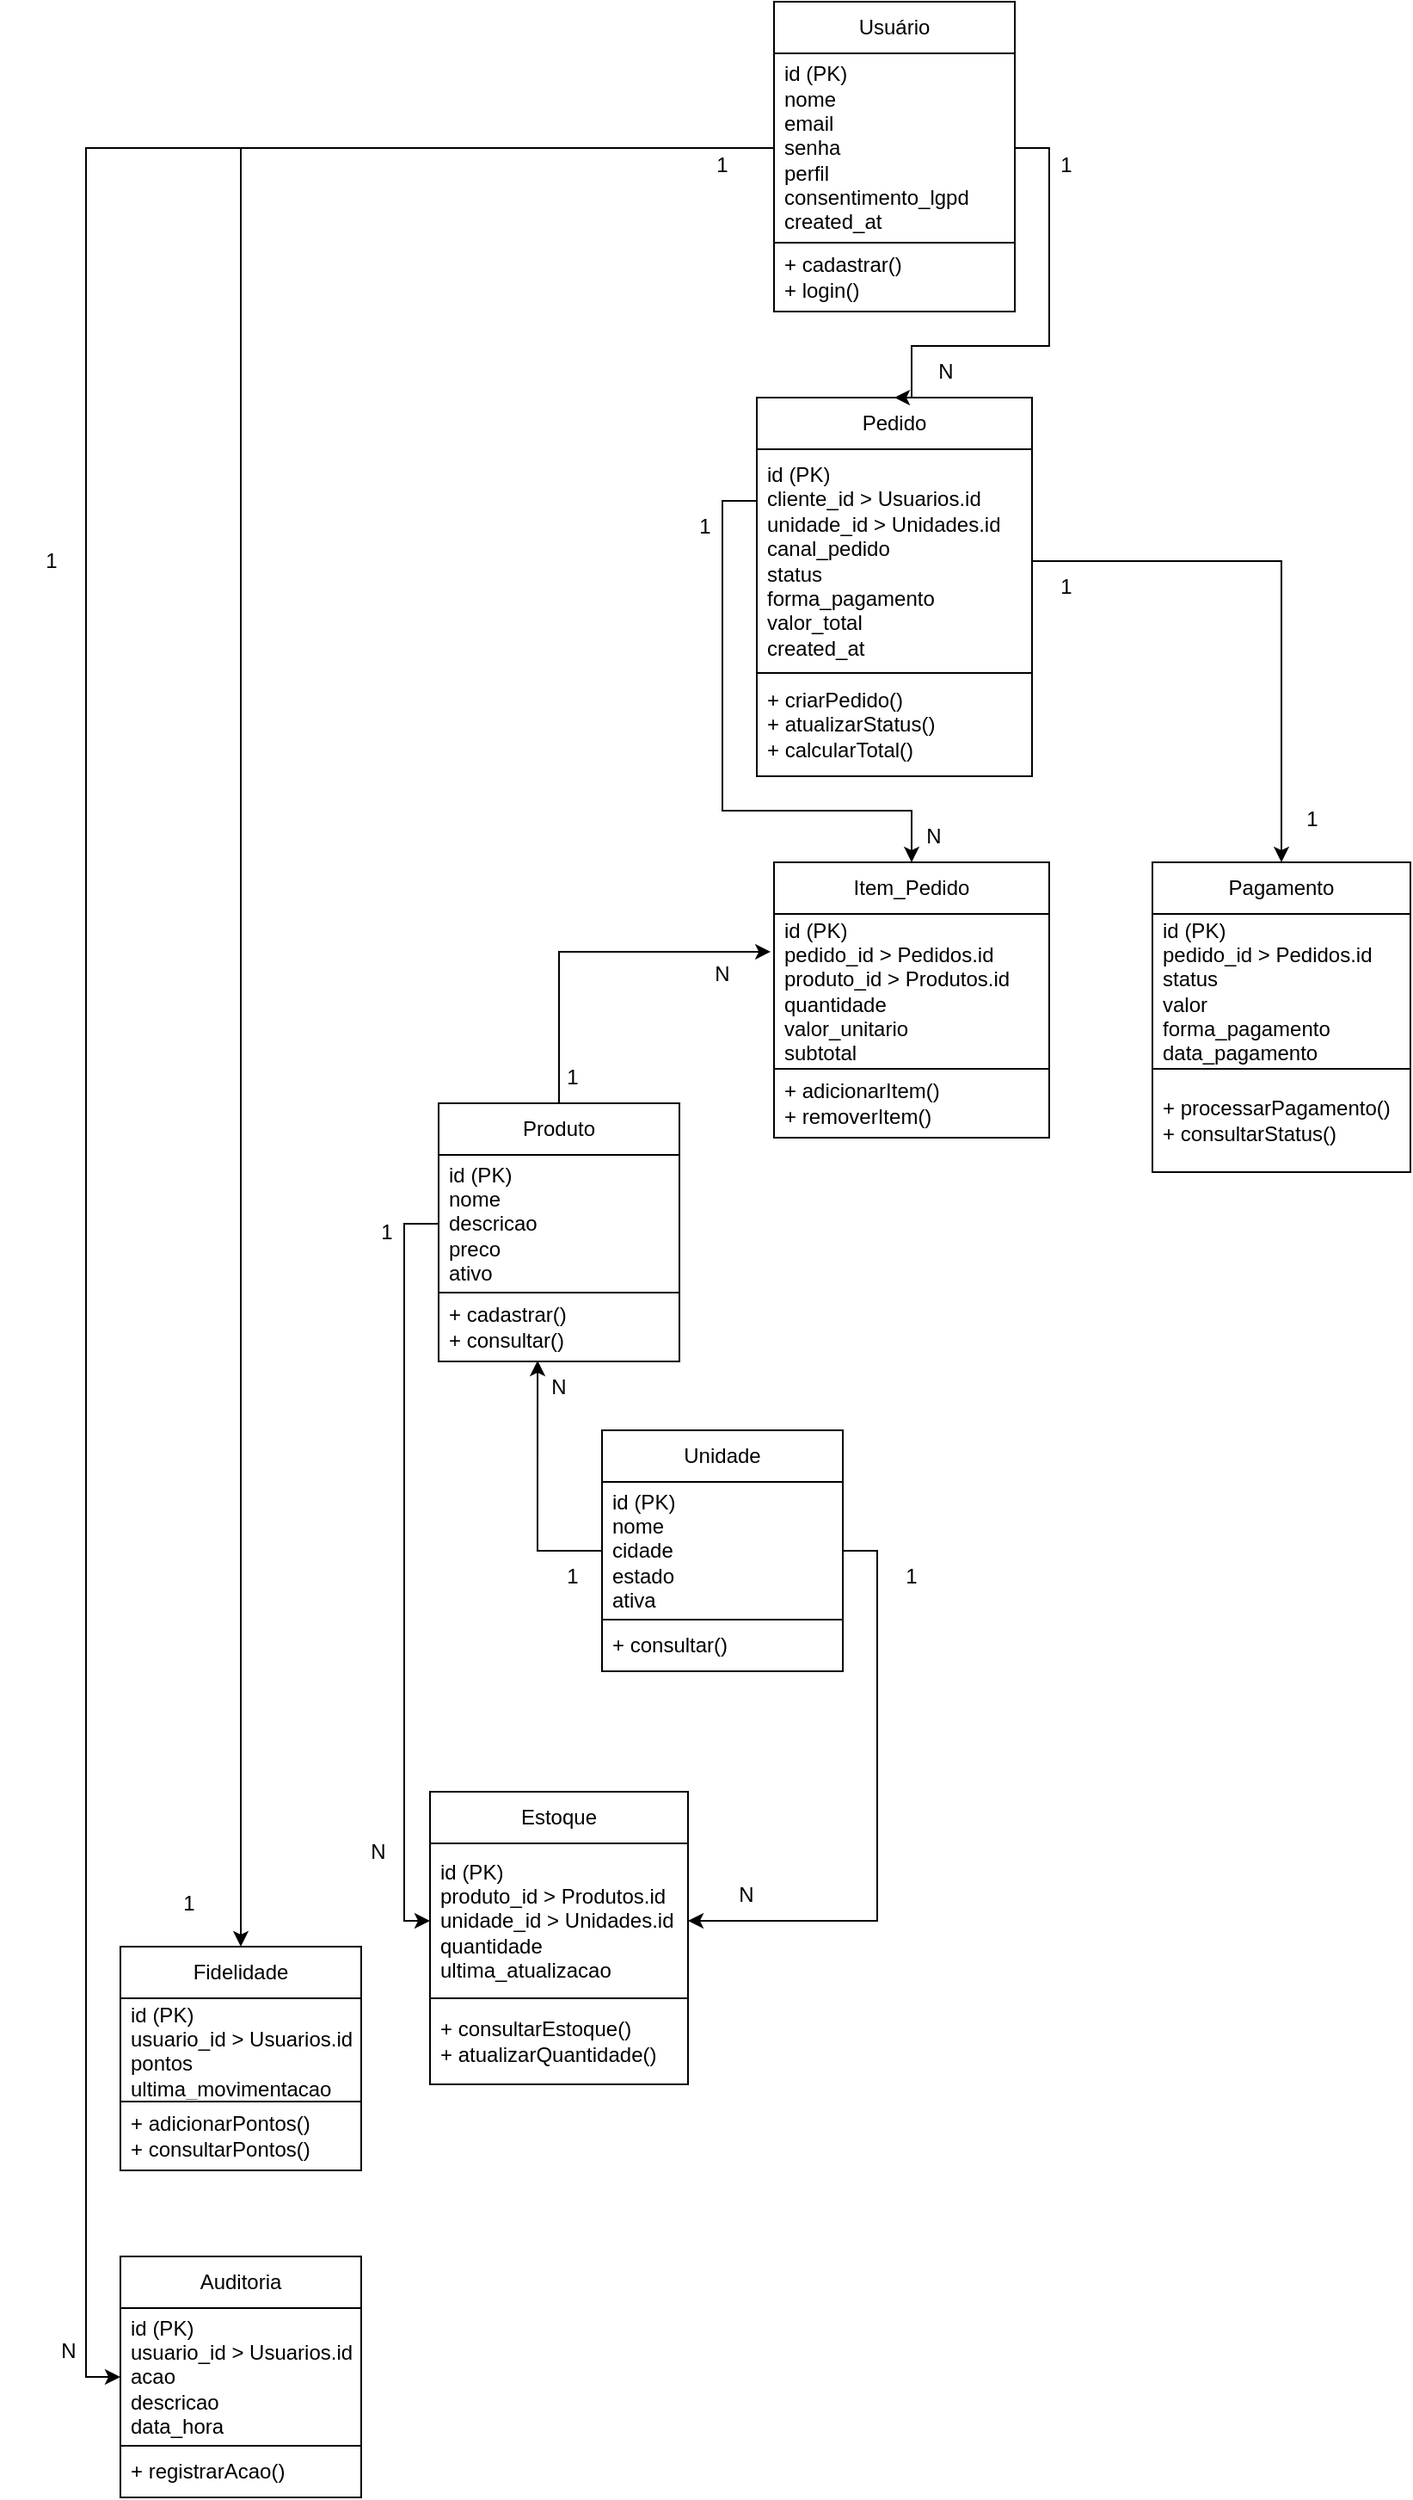
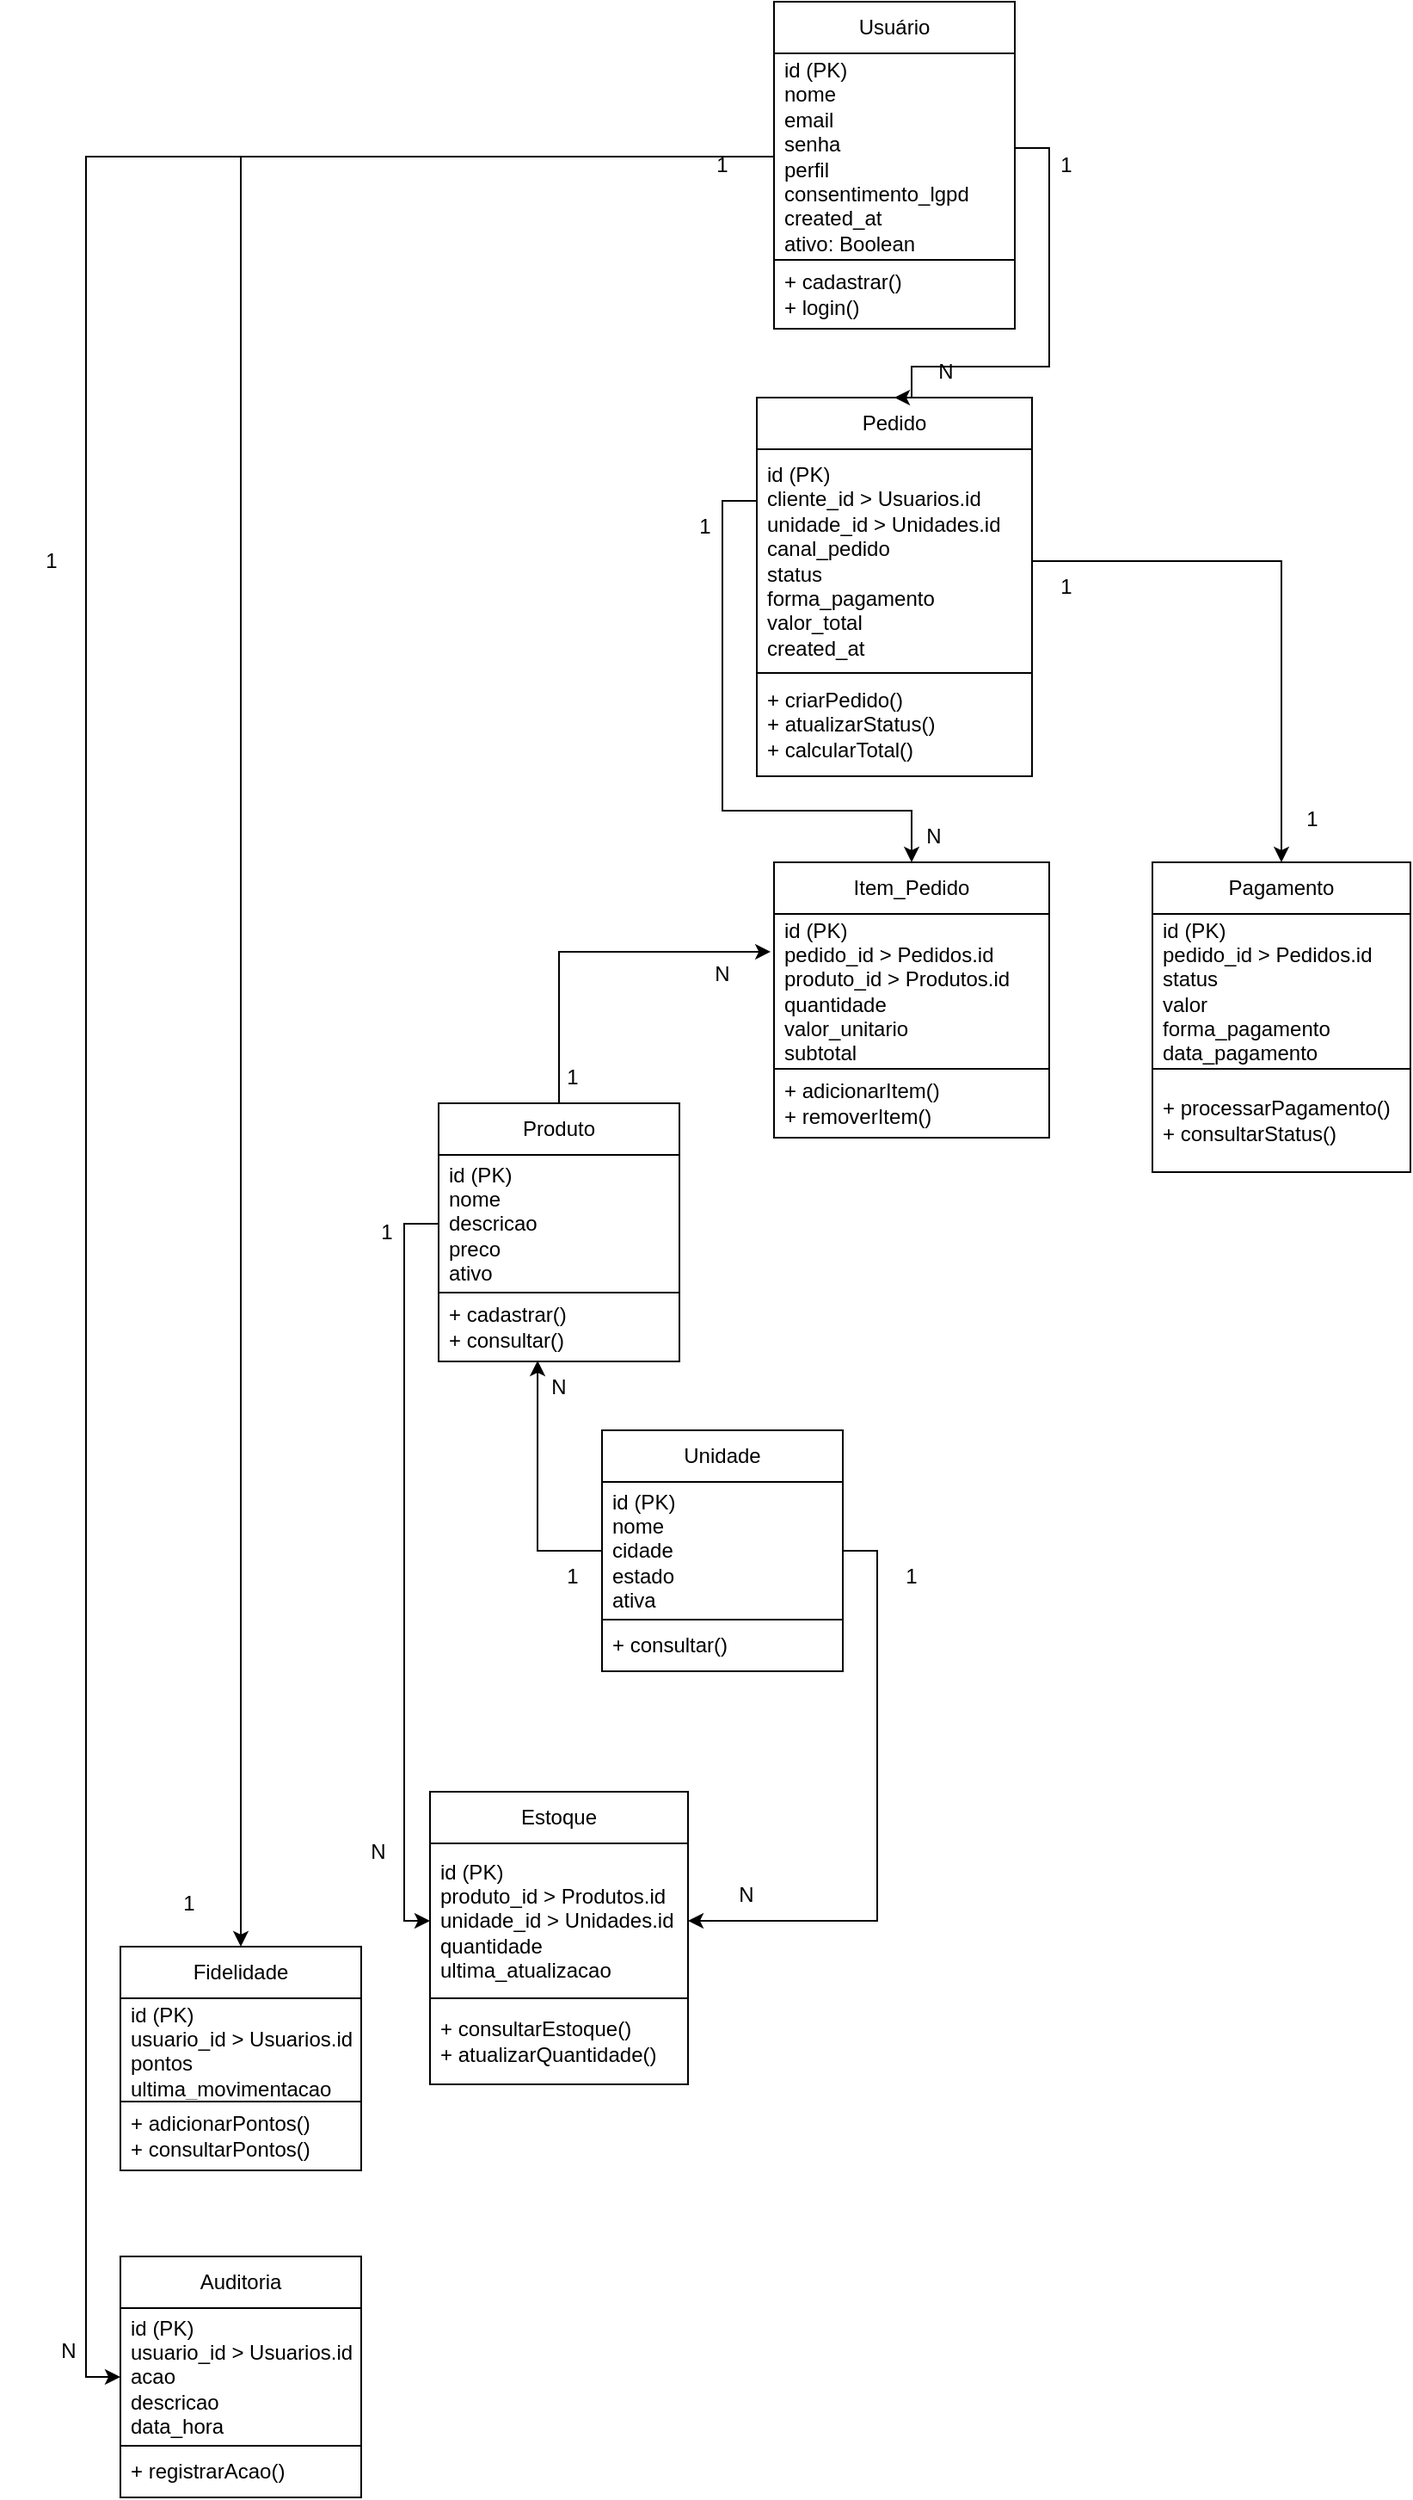
<mxfile host="app.diagrams.net">
-   <diagram id="qOYmLw_YOGiQGI6N6-N-" name="Página-3">
-     <mxGraphModel dx="2282" dy="2486" grid="1" gridSize="10" guides="1" tooltips="1" connect="1" arrows="1" fold="1" page="1" pageScale="1" pageWidth="827" pageHeight="1169" math="0" shadow="0">
+   <diagram id="_4Zprv6gYUtVyUGV6uN4" name="Página-2">
+     <mxGraphModel dx="1521" dy="841" grid="1" gridSize="10" guides="1" tooltips="1" connect="1" arrows="1" fold="1" page="1" pageScale="1" pageWidth="827" pageHeight="1169" math="0" shadow="0">
      <root>
        <mxCell id="0" />
        <mxCell id="1" parent="0" />
-         <mxCell id="jeF9SygaJuo7Izws47aD-1" parent="1" style="swimlane;fontStyle=0;childLayout=stackLayout;horizontal=1;startSize=30;horizontalStack=0;resizeParent=1;resizeParentMax=0;resizeLast=0;collapsible=1;marginBottom=0;whiteSpace=wrap;html=1;" value="Usuário" vertex="1">
-           <mxGeometry height="180" width="140" x="467" y="-220" as="geometry" />
+         <mxCell id="siJelJc7L0xHiukvfq5J-1" parent="1" style="swimlane;fontStyle=0;childLayout=stackLayout;horizontal=1;startSize=30;horizontalStack=0;resizeParent=1;resizeParentMax=0;resizeLast=0;collapsible=1;marginBottom=0;whiteSpace=wrap;html=1;" value="Usuário" vertex="1">
+           <mxGeometry height="190" width="140" x="964" y="298" as="geometry" />
        </mxCell>
-         <mxCell id="jeF9SygaJuo7Izws47aD-2" parent="jeF9SygaJuo7Izws47aD-1" style="text;strokeColor=none;fillColor=none;align=left;verticalAlign=middle;spacingLeft=4;spacingRight=4;overflow=hidden;points=[[0,0.5],[1,0.5]];portConstraint=eastwest;rotatable=0;whiteSpace=wrap;html=1;" value="&lt;div&gt;id (PK)&lt;/div&gt;&lt;div&gt;nome&lt;/div&gt;&lt;div&gt;email&lt;/div&gt;&lt;div&gt;senha&lt;/div&gt;&lt;div&gt;perfil&lt;/div&gt;&lt;div&gt;consentimento_lgpd&lt;/div&gt;&lt;div&gt;created_at&lt;/div&gt;" vertex="1">
-           <mxGeometry height="110" width="140" y="30" as="geometry" />
+         <mxCell id="siJelJc7L0xHiukvfq5J-2" parent="siJelJc7L0xHiukvfq5J-1" style="text;strokeColor=none;fillColor=none;align=left;verticalAlign=middle;spacingLeft=4;spacingRight=4;overflow=hidden;points=[[0,0.5],[1,0.5]];portConstraint=eastwest;rotatable=0;whiteSpace=wrap;html=1;" value="&lt;div&gt;id (PK)&lt;/div&gt;&lt;div&gt;nome&lt;/div&gt;&lt;div&gt;email&lt;/div&gt;&lt;div&gt;senha&lt;/div&gt;&lt;div&gt;perfil&lt;/div&gt;&lt;div&gt;consentimento_lgpd&lt;/div&gt;&lt;div&gt;created_at&lt;/div&gt;&lt;div&gt;ativo: Boolean&lt;/div&gt;" vertex="1">
+           <mxGeometry height="120" width="140" y="30" as="geometry" />
        </mxCell>
-         <mxCell id="jeF9SygaJuo7Izws47aD-47" parent="jeF9SygaJuo7Izws47aD-1" style="text;strokeColor=default;fillColor=none;align=left;verticalAlign=middle;spacingLeft=4;spacingRight=4;overflow=hidden;points=[[0,0.5],[1,0.5]];portConstraint=eastwest;rotatable=0;whiteSpace=wrap;html=1;" value="&lt;div&gt;+ cadastrar()&lt;/div&gt;&lt;div&gt;+ login()&lt;/div&gt;" vertex="1">
-           <mxGeometry height="40" width="140" y="140" as="geometry" />
+         <mxCell id="siJelJc7L0xHiukvfq5J-3" parent="siJelJc7L0xHiukvfq5J-1" style="text;strokeColor=default;fillColor=none;align=left;verticalAlign=middle;spacingLeft=4;spacingRight=4;overflow=hidden;points=[[0,0.5],[1,0.5]];portConstraint=eastwest;rotatable=0;whiteSpace=wrap;html=1;" value="&lt;div&gt;+ cadastrar()&lt;/div&gt;&lt;div&gt;+ login()&lt;/div&gt;" vertex="1">
+           <mxGeometry height="40" width="140" y="150" as="geometry" />
        </mxCell>
-         <mxCell id="jeF9SygaJuo7Izws47aD-3" parent="1" style="swimlane;fontStyle=0;childLayout=stackLayout;horizontal=1;startSize=30;horizontalStack=0;resizeParent=1;resizeParentMax=0;resizeLast=0;collapsible=1;marginBottom=0;whiteSpace=wrap;html=1;" value="Pedido" vertex="1">
-           <mxGeometry height="220" width="160" x="457" y="10" as="geometry" />
+         <mxCell id="siJelJc7L0xHiukvfq5J-4" parent="1" style="swimlane;fontStyle=0;childLayout=stackLayout;horizontal=1;startSize=30;horizontalStack=0;resizeParent=1;resizeParentMax=0;resizeLast=0;collapsible=1;marginBottom=0;whiteSpace=wrap;html=1;" value="Pedido" vertex="1">
+           <mxGeometry height="220" width="160" x="954" y="528" as="geometry" />
        </mxCell>
-         <mxCell id="jeF9SygaJuo7Izws47aD-4" parent="jeF9SygaJuo7Izws47aD-3" style="text;strokeColor=none;fillColor=none;align=left;verticalAlign=middle;spacingLeft=4;spacingRight=4;overflow=hidden;points=[[0,0.5],[1,0.5]];portConstraint=eastwest;rotatable=0;whiteSpace=wrap;html=1;" value="&lt;div&gt;id&amp;nbsp;&lt;span style=&quot;background-color: transparent; color: light-dark(rgb(0, 0, 0), rgb(255, 255, 255));&quot;&gt;(PK)&lt;/span&gt;&lt;/div&gt;&lt;div&gt;cliente_id &amp;gt;&amp;nbsp;Usuarios.id&lt;/div&gt;&lt;div&gt;unidade_id &amp;gt;&amp;nbsp;Unidades.id&lt;/div&gt;&lt;div&gt;canal_pedido&lt;/div&gt;&lt;div&gt;status&lt;/div&gt;&lt;div&gt;forma_pagamento&lt;/div&gt;&lt;div&gt;valor_total&lt;/div&gt;&lt;div&gt;created_at&lt;/div&gt;" vertex="1">
+         <mxCell id="siJelJc7L0xHiukvfq5J-5" parent="siJelJc7L0xHiukvfq5J-4" style="text;strokeColor=none;fillColor=none;align=left;verticalAlign=middle;spacingLeft=4;spacingRight=4;overflow=hidden;points=[[0,0.5],[1,0.5]];portConstraint=eastwest;rotatable=0;whiteSpace=wrap;html=1;" value="&lt;div&gt;id&amp;nbsp;&lt;span style=&quot;background-color: transparent; color: light-dark(rgb(0, 0, 0), rgb(255, 255, 255));&quot;&gt;(PK)&lt;/span&gt;&lt;/div&gt;&lt;div&gt;cliente_id &amp;gt;&amp;nbsp;Usuarios.id&lt;/div&gt;&lt;div&gt;unidade_id &amp;gt;&amp;nbsp;Unidades.id&lt;/div&gt;&lt;div&gt;canal_pedido&lt;/div&gt;&lt;div&gt;status&lt;/div&gt;&lt;div&gt;forma_pagamento&lt;/div&gt;&lt;div&gt;valor_total&lt;/div&gt;&lt;div&gt;created_at&lt;/div&gt;" vertex="1">
          <mxGeometry height="130" width="160" y="30" as="geometry" />
        </mxCell>
-         <mxCell id="jeF9SygaJuo7Izws47aD-49" parent="jeF9SygaJuo7Izws47aD-3" style="text;strokeColor=default;fillColor=none;align=left;verticalAlign=middle;spacingLeft=4;spacingRight=4;overflow=hidden;points=[[0,0.5],[1,0.5]];portConstraint=eastwest;rotatable=0;whiteSpace=wrap;html=1;" value="&lt;div&gt;+ criarPedido()&lt;/div&gt;&lt;div&gt;+ atualizarStatus()&lt;/div&gt;&lt;div&gt;+ calcularTotal()&lt;/div&gt;" vertex="1">
+         <mxCell id="siJelJc7L0xHiukvfq5J-6" parent="siJelJc7L0xHiukvfq5J-4" style="text;strokeColor=default;fillColor=none;align=left;verticalAlign=middle;spacingLeft=4;spacingRight=4;overflow=hidden;points=[[0,0.5],[1,0.5]];portConstraint=eastwest;rotatable=0;whiteSpace=wrap;html=1;" value="&lt;div&gt;+ criarPedido()&lt;/div&gt;&lt;div&gt;+ atualizarStatus()&lt;/div&gt;&lt;div&gt;+ calcularTotal()&lt;/div&gt;" vertex="1">
          <mxGeometry height="60" width="160" y="160" as="geometry" />
        </mxCell>
-         <mxCell id="jeF9SygaJuo7Izws47aD-5" parent="1" style="swimlane;fontStyle=0;childLayout=stackLayout;horizontal=1;startSize=30;horizontalStack=0;resizeParent=1;resizeParentMax=0;resizeLast=0;collapsible=1;marginBottom=0;whiteSpace=wrap;html=1;" value="Item&lt;span style=&quot;background-color: transparent; color: light-dark(rgb(0, 0, 0), rgb(255, 255, 255));&quot;&gt;_Pedido&lt;/span&gt;" vertex="1">
-           <mxGeometry height="160" width="160" x="467" y="280" as="geometry" />
+         <mxCell id="siJelJc7L0xHiukvfq5J-7" parent="1" style="swimlane;fontStyle=0;childLayout=stackLayout;horizontal=1;startSize=30;horizontalStack=0;resizeParent=1;resizeParentMax=0;resizeLast=0;collapsible=1;marginBottom=0;whiteSpace=wrap;html=1;" value="Item&lt;span style=&quot;background-color: transparent; color: light-dark(rgb(0, 0, 0), rgb(255, 255, 255));&quot;&gt;_Pedido&lt;/span&gt;" vertex="1">
+           <mxGeometry height="160" width="160" x="964" y="798" as="geometry" />
        </mxCell>
-         <mxCell id="jeF9SygaJuo7Izws47aD-6" parent="jeF9SygaJuo7Izws47aD-5" style="text;strokeColor=none;fillColor=none;align=left;verticalAlign=middle;spacingLeft=4;spacingRight=4;overflow=hidden;points=[[0,0.5],[1,0.5]];portConstraint=eastwest;rotatable=0;whiteSpace=wrap;html=1;" value="&lt;div&gt;id&amp;nbsp;&lt;span style=&quot;background-color: transparent; color: light-dark(rgb(0, 0, 0), rgb(255, 255, 255));&quot;&gt;(PK)&lt;/span&gt;&lt;/div&gt;&lt;div&gt;pedido_id &amp;gt;&amp;nbsp;Pedidos.id&lt;/div&gt;&lt;div&gt;produto_id &amp;gt;&amp;nbsp;Produtos.id&lt;/div&gt;&lt;div&gt;quantidade&lt;/div&gt;&lt;div&gt;valor_unitario&lt;/div&gt;&lt;div&gt;subtotal&lt;/div&gt;" vertex="1">
+         <mxCell id="siJelJc7L0xHiukvfq5J-8" parent="siJelJc7L0xHiukvfq5J-7" style="text;strokeColor=none;fillColor=none;align=left;verticalAlign=middle;spacingLeft=4;spacingRight=4;overflow=hidden;points=[[0,0.5],[1,0.5]];portConstraint=eastwest;rotatable=0;whiteSpace=wrap;html=1;" value="&lt;div&gt;id&amp;nbsp;&lt;span style=&quot;background-color: transparent; color: light-dark(rgb(0, 0, 0), rgb(255, 255, 255));&quot;&gt;(PK)&lt;/span&gt;&lt;/div&gt;&lt;div&gt;pedido_id &amp;gt;&amp;nbsp;Pedidos.id&lt;/div&gt;&lt;div&gt;produto_id &amp;gt;&amp;nbsp;Produtos.id&lt;/div&gt;&lt;div&gt;quantidade&lt;/div&gt;&lt;div&gt;valor_unitario&lt;/div&gt;&lt;div&gt;subtotal&lt;/div&gt;" vertex="1">
          <mxGeometry height="90" width="160" y="30" as="geometry" />
        </mxCell>
-         <mxCell id="jeF9SygaJuo7Izws47aD-52" parent="jeF9SygaJuo7Izws47aD-5" style="text;strokeColor=default;fillColor=none;align=left;verticalAlign=middle;spacingLeft=4;spacingRight=4;overflow=hidden;points=[[0,0.5],[1,0.5]];portConstraint=eastwest;rotatable=0;whiteSpace=wrap;html=1;" value="&lt;div&gt;+ adicionarItem()&lt;/div&gt;&lt;div&gt;+ removerItem()&lt;/div&gt;" vertex="1">
+         <mxCell id="siJelJc7L0xHiukvfq5J-9" parent="siJelJc7L0xHiukvfq5J-7" style="text;strokeColor=default;fillColor=none;align=left;verticalAlign=middle;spacingLeft=4;spacingRight=4;overflow=hidden;points=[[0,0.5],[1,0.5]];portConstraint=eastwest;rotatable=0;whiteSpace=wrap;html=1;" value="&lt;div&gt;+ adicionarItem()&lt;/div&gt;&lt;div&gt;+ removerItem()&lt;/div&gt;" vertex="1">
          <mxGeometry height="40" width="160" y="120" as="geometry" />
        </mxCell>
-         <mxCell id="jeF9SygaJuo7Izws47aD-7" parent="1" style="swimlane;fontStyle=0;childLayout=stackLayout;horizontal=1;startSize=30;horizontalStack=0;resizeParent=1;resizeParentMax=0;resizeLast=0;collapsible=1;marginBottom=0;whiteSpace=wrap;html=1;" value="Pagamento" vertex="1">
-           <mxGeometry height="180" width="150" x="687" y="280" as="geometry" />
+         <mxCell id="siJelJc7L0xHiukvfq5J-10" parent="1" style="swimlane;fontStyle=0;childLayout=stackLayout;horizontal=1;startSize=30;horizontalStack=0;resizeParent=1;resizeParentMax=0;resizeLast=0;collapsible=1;marginBottom=0;whiteSpace=wrap;html=1;" value="Pagamento" vertex="1">
+           <mxGeometry height="180" width="150" x="1184" y="798" as="geometry" />
        </mxCell>
-         <mxCell id="jeF9SygaJuo7Izws47aD-8" parent="jeF9SygaJuo7Izws47aD-7" style="text;strokeColor=none;fillColor=none;align=left;verticalAlign=middle;spacingLeft=4;spacingRight=4;overflow=hidden;points=[[0,0.5],[1,0.5]];portConstraint=eastwest;rotatable=0;whiteSpace=wrap;html=1;" value="&lt;div&gt;id&amp;nbsp;&lt;span style=&quot;background-color: transparent; color: light-dark(rgb(0, 0, 0), rgb(255, 255, 255));&quot;&gt;(PK)&lt;/span&gt;&lt;/div&gt;&lt;div&gt;pedido_id &amp;gt;&amp;nbsp;Pedidos.id&lt;/div&gt;&lt;div&gt;status&lt;/div&gt;&lt;div&gt;valor&lt;/div&gt;&lt;div&gt;forma_pagamento&lt;/div&gt;&lt;div&gt;data_pagamento&lt;/div&gt;" vertex="1">
+         <mxCell id="siJelJc7L0xHiukvfq5J-11" parent="siJelJc7L0xHiukvfq5J-10" style="text;strokeColor=none;fillColor=none;align=left;verticalAlign=middle;spacingLeft=4;spacingRight=4;overflow=hidden;points=[[0,0.5],[1,0.5]];portConstraint=eastwest;rotatable=0;whiteSpace=wrap;html=1;" value="&lt;div&gt;id&amp;nbsp;&lt;span style=&quot;background-color: transparent; color: light-dark(rgb(0, 0, 0), rgb(255, 255, 255));&quot;&gt;(PK)&lt;/span&gt;&lt;/div&gt;&lt;div&gt;pedido_id &amp;gt;&amp;nbsp;Pedidos.id&lt;/div&gt;&lt;div&gt;status&lt;/div&gt;&lt;div&gt;valor&lt;/div&gt;&lt;div&gt;forma_pagamento&lt;/div&gt;&lt;div&gt;data_pagamento&lt;/div&gt;" vertex="1">
          <mxGeometry height="90" width="150" y="30" as="geometry" />
        </mxCell>
-         <mxCell id="jeF9SygaJuo7Izws47aD-53" parent="jeF9SygaJuo7Izws47aD-7" style="text;strokeColor=default;fillColor=none;align=left;verticalAlign=middle;spacingLeft=4;spacingRight=4;overflow=hidden;points=[[0,0.5],[1,0.5]];portConstraint=eastwest;rotatable=0;whiteSpace=wrap;html=1;" value="&lt;div&gt;+ processarPagamento()&lt;/div&gt;&lt;div&gt;+ consultarStatus()&lt;/div&gt;" vertex="1">
+         <mxCell id="siJelJc7L0xHiukvfq5J-12" parent="siJelJc7L0xHiukvfq5J-10" style="text;strokeColor=default;fillColor=none;align=left;verticalAlign=middle;spacingLeft=4;spacingRight=4;overflow=hidden;points=[[0,0.5],[1,0.5]];portConstraint=eastwest;rotatable=0;whiteSpace=wrap;html=1;" value="&lt;div&gt;+ processarPagamento()&lt;/div&gt;&lt;div&gt;+ consultarStatus()&lt;/div&gt;" vertex="1">
          <mxGeometry height="60" width="150" y="120" as="geometry" />
        </mxCell>
-         <mxCell id="jeF9SygaJuo7Izws47aD-9" parent="1" style="swimlane;fontStyle=0;childLayout=stackLayout;horizontal=1;startSize=30;horizontalStack=0;resizeParent=1;resizeParentMax=0;resizeLast=0;collapsible=1;marginBottom=0;whiteSpace=wrap;html=1;" value="Produto" vertex="1">
-           <mxGeometry height="150" width="140" x="272" y="420" as="geometry" />
+         <mxCell id="siJelJc7L0xHiukvfq5J-13" parent="1" style="swimlane;fontStyle=0;childLayout=stackLayout;horizontal=1;startSize=30;horizontalStack=0;resizeParent=1;resizeParentMax=0;resizeLast=0;collapsible=1;marginBottom=0;whiteSpace=wrap;html=1;" value="Produto" vertex="1">
+           <mxGeometry height="150" width="140" x="769" y="938" as="geometry" />
        </mxCell>
-         <mxCell id="jeF9SygaJuo7Izws47aD-10" parent="jeF9SygaJuo7Izws47aD-9" style="text;strokeColor=none;fillColor=none;align=left;verticalAlign=middle;spacingLeft=4;spacingRight=4;overflow=hidden;points=[[0,0.5],[1,0.5]];portConstraint=eastwest;rotatable=0;whiteSpace=wrap;html=1;" value="&lt;div&gt;id&amp;nbsp;&lt;span style=&quot;background-color: transparent; color: light-dark(rgb(0, 0, 0), rgb(255, 255, 255));&quot;&gt;(PK)&lt;/span&gt;&lt;/div&gt;&lt;div&gt;nome&lt;/div&gt;&lt;div&gt;descricao&lt;/div&gt;&lt;div&gt;preco&lt;/div&gt;&lt;div&gt;ativo&lt;/div&gt;" vertex="1">
+         <mxCell id="siJelJc7L0xHiukvfq5J-14" parent="siJelJc7L0xHiukvfq5J-13" style="text;strokeColor=none;fillColor=none;align=left;verticalAlign=middle;spacingLeft=4;spacingRight=4;overflow=hidden;points=[[0,0.5],[1,0.5]];portConstraint=eastwest;rotatable=0;whiteSpace=wrap;html=1;" value="&lt;div&gt;id&amp;nbsp;&lt;span style=&quot;background-color: transparent; color: light-dark(rgb(0, 0, 0), rgb(255, 255, 255));&quot;&gt;(PK)&lt;/span&gt;&lt;/div&gt;&lt;div&gt;nome&lt;/div&gt;&lt;div&gt;descricao&lt;/div&gt;&lt;div&gt;preco&lt;/div&gt;&lt;div&gt;ativo&lt;/div&gt;" vertex="1">
          <mxGeometry height="80" width="140" y="30" as="geometry" />
        </mxCell>
-         <mxCell id="jeF9SygaJuo7Izws47aD-50" parent="jeF9SygaJuo7Izws47aD-9" style="text;strokeColor=default;fillColor=none;align=left;verticalAlign=middle;spacingLeft=4;spacingRight=4;overflow=hidden;points=[[0,0.5],[1,0.5]];portConstraint=eastwest;rotatable=0;whiteSpace=wrap;html=1;" value="&lt;div&gt;+ cadastrar()&lt;/div&gt;&lt;div&gt;+ consultar()&lt;/div&gt;" vertex="1">
+         <mxCell id="siJelJc7L0xHiukvfq5J-15" parent="siJelJc7L0xHiukvfq5J-13" style="text;strokeColor=default;fillColor=none;align=left;verticalAlign=middle;spacingLeft=4;spacingRight=4;overflow=hidden;points=[[0,0.5],[1,0.5]];portConstraint=eastwest;rotatable=0;whiteSpace=wrap;html=1;" value="&lt;div&gt;+ cadastrar()&lt;/div&gt;&lt;div&gt;+ consultar()&lt;/div&gt;" vertex="1">
          <mxGeometry height="40" width="140" y="110" as="geometry" />
        </mxCell>
-         <mxCell id="jeF9SygaJuo7Izws47aD-11" parent="1" style="swimlane;fontStyle=0;childLayout=stackLayout;horizontal=1;startSize=30;horizontalStack=0;resizeParent=1;resizeParentMax=0;resizeLast=0;collapsible=1;marginBottom=0;whiteSpace=wrap;html=1;" value="Unidade" vertex="1">
-           <mxGeometry height="140" width="140" x="367" y="610" as="geometry" />
+         <mxCell id="siJelJc7L0xHiukvfq5J-16" parent="1" style="swimlane;fontStyle=0;childLayout=stackLayout;horizontal=1;startSize=30;horizontalStack=0;resizeParent=1;resizeParentMax=0;resizeLast=0;collapsible=1;marginBottom=0;whiteSpace=wrap;html=1;" value="Unidade" vertex="1">
+           <mxGeometry height="140" width="140" x="864" y="1128" as="geometry" />
        </mxCell>
-         <mxCell id="jeF9SygaJuo7Izws47aD-12" parent="jeF9SygaJuo7Izws47aD-11" style="text;strokeColor=none;fillColor=none;align=left;verticalAlign=middle;spacingLeft=4;spacingRight=4;overflow=hidden;points=[[0,0.5],[1,0.5]];portConstraint=eastwest;rotatable=0;whiteSpace=wrap;html=1;" value="&lt;div&gt;id&amp;nbsp;&lt;span style=&quot;background-color: transparent; color: light-dark(rgb(0, 0, 0), rgb(255, 255, 255));&quot;&gt;(PK)&lt;/span&gt;&lt;/div&gt;&lt;div&gt;nome&lt;/div&gt;&lt;div&gt;cidade&lt;/div&gt;&lt;div&gt;estado&lt;/div&gt;&lt;div&gt;ativa&lt;/div&gt;" vertex="1">
+         <mxCell id="siJelJc7L0xHiukvfq5J-17" parent="siJelJc7L0xHiukvfq5J-16" style="text;strokeColor=none;fillColor=none;align=left;verticalAlign=middle;spacingLeft=4;spacingRight=4;overflow=hidden;points=[[0,0.5],[1,0.5]];portConstraint=eastwest;rotatable=0;whiteSpace=wrap;html=1;" value="&lt;div&gt;id&amp;nbsp;&lt;span style=&quot;background-color: transparent; color: light-dark(rgb(0, 0, 0), rgb(255, 255, 255));&quot;&gt;(PK)&lt;/span&gt;&lt;/div&gt;&lt;div&gt;nome&lt;/div&gt;&lt;div&gt;cidade&lt;/div&gt;&lt;div&gt;estado&lt;/div&gt;&lt;div&gt;ativa&lt;/div&gt;" vertex="1">
          <mxGeometry height="80" width="140" y="30" as="geometry" />
        </mxCell>
-         <mxCell id="jeF9SygaJuo7Izws47aD-51" parent="jeF9SygaJuo7Izws47aD-11" style="text;strokeColor=default;fillColor=none;align=left;verticalAlign=middle;spacingLeft=4;spacingRight=4;overflow=hidden;points=[[0,0.5],[1,0.5]];portConstraint=eastwest;rotatable=0;whiteSpace=wrap;html=1;" value="+ consultar()" vertex="1">
+         <mxCell id="siJelJc7L0xHiukvfq5J-18" parent="siJelJc7L0xHiukvfq5J-16" style="text;strokeColor=default;fillColor=none;align=left;verticalAlign=middle;spacingLeft=4;spacingRight=4;overflow=hidden;points=[[0,0.5],[1,0.5]];portConstraint=eastwest;rotatable=0;whiteSpace=wrap;html=1;" value="+ consultar()" vertex="1">
          <mxGeometry height="30" width="140" y="110" as="geometry" />
        </mxCell>
-         <mxCell id="jeF9SygaJuo7Izws47aD-13" parent="1" style="swimlane;fontStyle=0;childLayout=stackLayout;horizontal=1;startSize=30;horizontalStack=0;resizeParent=1;resizeParentMax=0;resizeLast=0;collapsible=1;marginBottom=0;whiteSpace=wrap;html=1;" value="Estoque" vertex="1">
-           <mxGeometry height="170" width="150" x="267" y="820" as="geometry" />
+         <mxCell id="siJelJc7L0xHiukvfq5J-19" parent="1" style="swimlane;fontStyle=0;childLayout=stackLayout;horizontal=1;startSize=30;horizontalStack=0;resizeParent=1;resizeParentMax=0;resizeLast=0;collapsible=1;marginBottom=0;whiteSpace=wrap;html=1;" value="Estoque" vertex="1">
+           <mxGeometry height="170" width="150" x="764" y="1338" as="geometry" />
        </mxCell>
-         <mxCell id="jeF9SygaJuo7Izws47aD-14" parent="jeF9SygaJuo7Izws47aD-13" style="text;strokeColor=none;fillColor=none;align=left;verticalAlign=middle;spacingLeft=4;spacingRight=4;overflow=hidden;points=[[0,0.5],[1,0.5]];portConstraint=eastwest;rotatable=0;whiteSpace=wrap;html=1;" value="&lt;div&gt;id&amp;nbsp;&lt;span style=&quot;background-color: transparent; color: light-dark(rgb(0, 0, 0), rgb(255, 255, 255));&quot;&gt;(PK)&lt;/span&gt;&lt;/div&gt;&lt;div&gt;produto_id &amp;gt;&amp;nbsp;Produtos.id&lt;/div&gt;&lt;div&gt;unidade_id &amp;gt;&amp;nbsp;Unidades.id&lt;/div&gt;&lt;div&gt;quantidade&lt;/div&gt;&lt;div&gt;ultima_atualizacao&lt;/div&gt;" vertex="1">
+         <mxCell id="siJelJc7L0xHiukvfq5J-20" parent="siJelJc7L0xHiukvfq5J-19" style="text;strokeColor=none;fillColor=none;align=left;verticalAlign=middle;spacingLeft=4;spacingRight=4;overflow=hidden;points=[[0,0.5],[1,0.5]];portConstraint=eastwest;rotatable=0;whiteSpace=wrap;html=1;" value="&lt;div&gt;id&amp;nbsp;&lt;span style=&quot;background-color: transparent; color: light-dark(rgb(0, 0, 0), rgb(255, 255, 255));&quot;&gt;(PK)&lt;/span&gt;&lt;/div&gt;&lt;div&gt;produto_id &amp;gt;&amp;nbsp;Produtos.id&lt;/div&gt;&lt;div&gt;unidade_id &amp;gt;&amp;nbsp;Unidades.id&lt;/div&gt;&lt;div&gt;quantidade&lt;/div&gt;&lt;div&gt;ultima_atualizacao&lt;/div&gt;" vertex="1">
          <mxGeometry height="90" width="150" y="30" as="geometry" />
        </mxCell>
-         <mxCell id="jeF9SygaJuo7Izws47aD-54" parent="jeF9SygaJuo7Izws47aD-13" style="text;strokeColor=default;fillColor=none;align=left;verticalAlign=middle;spacingLeft=4;spacingRight=4;overflow=hidden;points=[[0,0.5],[1,0.5]];portConstraint=eastwest;rotatable=0;whiteSpace=wrap;html=1;" value="&lt;div&gt;+ consultarEstoque()&lt;/div&gt;&lt;div&gt;+ atualizarQuantidade()&lt;/div&gt;" vertex="1">
+         <mxCell id="siJelJc7L0xHiukvfq5J-21" parent="siJelJc7L0xHiukvfq5J-19" style="text;strokeColor=default;fillColor=none;align=left;verticalAlign=middle;spacingLeft=4;spacingRight=4;overflow=hidden;points=[[0,0.5],[1,0.5]];portConstraint=eastwest;rotatable=0;whiteSpace=wrap;html=1;" value="&lt;div&gt;+ consultarEstoque()&lt;/div&gt;&lt;div&gt;+ atualizarQuantidade()&lt;/div&gt;" vertex="1">
          <mxGeometry height="50" width="150" y="120" as="geometry" />
        </mxCell>
-         <mxCell id="jeF9SygaJuo7Izws47aD-15" parent="1" style="swimlane;fontStyle=0;childLayout=stackLayout;horizontal=1;startSize=30;horizontalStack=0;resizeParent=1;resizeParentMax=0;resizeLast=0;collapsible=1;marginBottom=0;whiteSpace=wrap;html=1;" value="Fidelidade" vertex="1">
-           <mxGeometry height="130" width="140" x="87" y="910" as="geometry" />
+         <mxCell id="siJelJc7L0xHiukvfq5J-22" parent="1" style="swimlane;fontStyle=0;childLayout=stackLayout;horizontal=1;startSize=30;horizontalStack=0;resizeParent=1;resizeParentMax=0;resizeLast=0;collapsible=1;marginBottom=0;whiteSpace=wrap;html=1;" value="Fidelidade" vertex="1">
+           <mxGeometry height="130" width="140" x="584" y="1428" as="geometry" />
        </mxCell>
-         <mxCell id="jeF9SygaJuo7Izws47aD-16" parent="jeF9SygaJuo7Izws47aD-15" style="text;strokeColor=none;fillColor=none;align=left;verticalAlign=middle;spacingLeft=4;spacingRight=4;overflow=hidden;points=[[0,0.5],[1,0.5]];portConstraint=eastwest;rotatable=0;whiteSpace=wrap;html=1;" value="&lt;div&gt;id&amp;nbsp;&lt;span style=&quot;background-color: transparent; color: light-dark(rgb(0, 0, 0), rgb(255, 255, 255));&quot;&gt;(PK)&lt;/span&gt;&lt;/div&gt;&lt;div&gt;usuario_id &amp;gt;&amp;nbsp;Usuarios.id&lt;/div&gt;&lt;div&gt;pontos&lt;/div&gt;&lt;div&gt;ultima_movimentacao&lt;/div&gt;" vertex="1">
+         <mxCell id="siJelJc7L0xHiukvfq5J-23" parent="siJelJc7L0xHiukvfq5J-22" style="text;strokeColor=none;fillColor=none;align=left;verticalAlign=middle;spacingLeft=4;spacingRight=4;overflow=hidden;points=[[0,0.5],[1,0.5]];portConstraint=eastwest;rotatable=0;whiteSpace=wrap;html=1;" value="&lt;div&gt;id&amp;nbsp;&lt;span style=&quot;background-color: transparent; color: light-dark(rgb(0, 0, 0), rgb(255, 255, 255));&quot;&gt;(PK)&lt;/span&gt;&lt;/div&gt;&lt;div&gt;usuario_id &amp;gt;&amp;nbsp;Usuarios.id&lt;/div&gt;&lt;div&gt;pontos&lt;/div&gt;&lt;div&gt;ultima_movimentacao&lt;/div&gt;" vertex="1">
          <mxGeometry height="60" width="140" y="30" as="geometry" />
        </mxCell>
-         <mxCell id="jeF9SygaJuo7Izws47aD-57" parent="jeF9SygaJuo7Izws47aD-15" style="text;strokeColor=default;fillColor=none;align=left;verticalAlign=middle;spacingLeft=4;spacingRight=4;overflow=hidden;points=[[0,0.5],[1,0.5]];portConstraint=eastwest;rotatable=0;whiteSpace=wrap;html=1;" value="&lt;div&gt;+ adicionarPontos()&lt;/div&gt;&lt;div&gt;+ consultarPontos()&lt;/div&gt;" vertex="1">
+         <mxCell id="siJelJc7L0xHiukvfq5J-24" parent="siJelJc7L0xHiukvfq5J-22" style="text;strokeColor=default;fillColor=none;align=left;verticalAlign=middle;spacingLeft=4;spacingRight=4;overflow=hidden;points=[[0,0.5],[1,0.5]];portConstraint=eastwest;rotatable=0;whiteSpace=wrap;html=1;" value="&lt;div&gt;+ adicionarPontos()&lt;/div&gt;&lt;div&gt;+ consultarPontos()&lt;/div&gt;" vertex="1">
          <mxGeometry height="40" width="140" y="90" as="geometry" />
        </mxCell>
-         <mxCell id="jeF9SygaJuo7Izws47aD-17" parent="1" style="swimlane;fontStyle=0;childLayout=stackLayout;horizontal=1;startSize=30;horizontalStack=0;resizeParent=1;resizeParentMax=0;resizeLast=0;collapsible=1;marginBottom=0;whiteSpace=wrap;html=1;" value="Auditoria" vertex="1">
-           <mxGeometry height="140" width="140" x="87" y="1090" as="geometry" />
+         <mxCell id="siJelJc7L0xHiukvfq5J-25" parent="1" style="swimlane;fontStyle=0;childLayout=stackLayout;horizontal=1;startSize=30;horizontalStack=0;resizeParent=1;resizeParentMax=0;resizeLast=0;collapsible=1;marginBottom=0;whiteSpace=wrap;html=1;" value="Auditoria" vertex="1">
+           <mxGeometry height="140" width="140" x="584" y="1608" as="geometry" />
        </mxCell>
-         <mxCell id="jeF9SygaJuo7Izws47aD-18" parent="jeF9SygaJuo7Izws47aD-17" style="text;strokeColor=none;fillColor=none;align=left;verticalAlign=middle;spacingLeft=4;spacingRight=4;overflow=hidden;points=[[0,0.5],[1,0.5]];portConstraint=eastwest;rotatable=0;whiteSpace=wrap;html=1;" value="&lt;div&gt;id&amp;nbsp;&lt;span style=&quot;background-color: transparent; color: light-dark(rgb(0, 0, 0), rgb(255, 255, 255));&quot;&gt;(PK)&lt;/span&gt;&lt;/div&gt;&lt;div&gt;usuario_id &amp;gt;&amp;nbsp;Usuarios.id&lt;/div&gt;&lt;div&gt;acao&lt;/div&gt;&lt;div&gt;descricao&lt;/div&gt;&lt;div&gt;data_hora&lt;/div&gt;" vertex="1">
+         <mxCell id="siJelJc7L0xHiukvfq5J-26" parent="siJelJc7L0xHiukvfq5J-25" style="text;strokeColor=none;fillColor=none;align=left;verticalAlign=middle;spacingLeft=4;spacingRight=4;overflow=hidden;points=[[0,0.5],[1,0.5]];portConstraint=eastwest;rotatable=0;whiteSpace=wrap;html=1;" value="&lt;div&gt;id&amp;nbsp;&lt;span style=&quot;background-color: transparent; color: light-dark(rgb(0, 0, 0), rgb(255, 255, 255));&quot;&gt;(PK)&lt;/span&gt;&lt;/div&gt;&lt;div&gt;usuario_id &amp;gt;&amp;nbsp;Usuarios.id&lt;/div&gt;&lt;div&gt;acao&lt;/div&gt;&lt;div&gt;descricao&lt;/div&gt;&lt;div&gt;data_hora&lt;/div&gt;" vertex="1">
          <mxGeometry height="80" width="140" y="30" as="geometry" />
        </mxCell>
-         <mxCell id="jeF9SygaJuo7Izws47aD-58" parent="jeF9SygaJuo7Izws47aD-17" style="text;strokeColor=default;fillColor=none;align=left;verticalAlign=middle;spacingLeft=4;spacingRight=4;overflow=hidden;points=[[0,0.5],[1,0.5]];portConstraint=eastwest;rotatable=0;whiteSpace=wrap;html=1;" value="+ registrarAcao()" vertex="1">
+         <mxCell id="siJelJc7L0xHiukvfq5J-27" parent="siJelJc7L0xHiukvfq5J-25" style="text;strokeColor=default;fillColor=none;align=left;verticalAlign=middle;spacingLeft=4;spacingRight=4;overflow=hidden;points=[[0,0.5],[1,0.5]];portConstraint=eastwest;rotatable=0;whiteSpace=wrap;html=1;" value="+ registrarAcao()" vertex="1">
          <mxGeometry height="30" width="140" y="110" as="geometry" />
        </mxCell>
-         <mxCell id="jeF9SygaJuo7Izws47aD-19" parent="1" style="text;html=1;whiteSpace=wrap;strokeColor=none;fillColor=none;align=center;verticalAlign=middle;rounded=0;" value="N" vertex="1">
-           <mxGeometry height="30" width="60" x="537" y="-20" as="geometry" />
+         <mxCell id="siJelJc7L0xHiukvfq5J-28" parent="1" style="text;html=1;whiteSpace=wrap;strokeColor=none;fillColor=none;align=center;verticalAlign=middle;rounded=0;" value="N" vertex="1">
+           <mxGeometry height="30" width="60" x="1034" y="498" as="geometry" />
        </mxCell>
-         <mxCell id="jeF9SygaJuo7Izws47aD-20" parent="1" style="text;html=1;whiteSpace=wrap;strokeColor=none;fillColor=none;align=center;verticalAlign=middle;rounded=0;" value="1" vertex="1">
-           <mxGeometry height="30" width="60" x="607" y="-140" as="geometry" />
+         <mxCell id="siJelJc7L0xHiukvfq5J-29" parent="1" style="text;html=1;whiteSpace=wrap;strokeColor=none;fillColor=none;align=center;verticalAlign=middle;rounded=0;" value="1" vertex="1">
+           <mxGeometry height="30" width="60" x="1104" y="378" as="geometry" />
        </mxCell>
-         <mxCell id="jeF9SygaJuo7Izws47aD-21" edge="1" parent="1" source="jeF9SygaJuo7Izws47aD-2" style="edgeStyle=orthogonalEdgeStyle;rounded=0;orthogonalLoop=1;jettySize=auto;html=1;exitX=1;exitY=0.5;exitDx=0;exitDy=0;entryX=0.5;entryY=0;entryDx=0;entryDy=0;" target="jeF9SygaJuo7Izws47aD-3">
+         <mxCell id="siJelJc7L0xHiukvfq5J-30" edge="1" parent="1" source="siJelJc7L0xHiukvfq5J-2" style="edgeStyle=orthogonalEdgeStyle;rounded=0;orthogonalLoop=1;jettySize=auto;html=1;exitX=1;exitY=0.5;exitDx=0;exitDy=0;entryX=0.5;entryY=0;entryDx=0;entryDy=0;" target="siJelJc7L0xHiukvfq5J-4">
          <mxGeometry relative="1" as="geometry">
            <Array as="points">
-               <mxPoint x="627" y="-135" />
-               <mxPoint x="627" y="-20" />
-               <mxPoint x="547" y="-20" />
+               <mxPoint x="1104" y="383" />
+               <mxPoint x="1124" y="383" />
+               <mxPoint x="1124" y="510" />
+               <mxPoint x="1044" y="510" />
+               <mxPoint x="1044" y="528" />
            </Array>
-             <mxPoint x="657" y="210" as="targetPoint" />
+             <mxPoint x="1154" y="728" as="targetPoint" />
          </mxGeometry>
        </mxCell>
-         <mxCell id="jeF9SygaJuo7Izws47aD-22" edge="1" parent="1" source="jeF9SygaJuo7Izws47aD-2" style="edgeStyle=orthogonalEdgeStyle;rounded=0;orthogonalLoop=1;jettySize=auto;html=1;exitX=0;exitY=0.5;exitDx=0;exitDy=0;entryX=0.5;entryY=0;entryDx=0;entryDy=0;" target="jeF9SygaJuo7Izws47aD-15">
+         <mxCell id="siJelJc7L0xHiukvfq5J-31" edge="1" parent="1" source="siJelJc7L0xHiukvfq5J-2" style="edgeStyle=orthogonalEdgeStyle;rounded=0;orthogonalLoop=1;jettySize=auto;html=1;exitX=0;exitY=0.5;exitDx=0;exitDy=0;entryX=0.5;entryY=0;entryDx=0;entryDy=0;" target="siJelJc7L0xHiukvfq5J-22">
          <mxGeometry relative="1" as="geometry" />
        </mxCell>
-         <mxCell id="jeF9SygaJuo7Izws47aD-23" parent="1" style="text;html=1;whiteSpace=wrap;strokeColor=none;fillColor=none;align=center;verticalAlign=middle;rounded=0;" value="1" vertex="1">
-           <mxGeometry height="30" width="60" x="407" y="-140" as="geometry" />
+         <mxCell id="siJelJc7L0xHiukvfq5J-32" parent="1" style="text;html=1;whiteSpace=wrap;strokeColor=none;fillColor=none;align=center;verticalAlign=middle;rounded=0;" value="1" vertex="1">
+           <mxGeometry height="30" width="60" x="904" y="378" as="geometry" />
        </mxCell>
-         <mxCell id="jeF9SygaJuo7Izws47aD-24" parent="1" style="text;html=1;whiteSpace=wrap;strokeColor=none;fillColor=none;align=center;verticalAlign=middle;rounded=0;" value="1" vertex="1">
-           <mxGeometry height="30" width="60" x="97" y="870" as="geometry" />
+         <mxCell id="siJelJc7L0xHiukvfq5J-33" parent="1" style="text;html=1;whiteSpace=wrap;strokeColor=none;fillColor=none;align=center;verticalAlign=middle;rounded=0;" value="1" vertex="1">
+           <mxGeometry height="30" width="60" x="594" y="1388" as="geometry" />
        </mxCell>
-         <mxCell id="jeF9SygaJuo7Izws47aD-25" edge="1" parent="1" source="jeF9SygaJuo7Izws47aD-2" style="edgeStyle=orthogonalEdgeStyle;rounded=0;orthogonalLoop=1;jettySize=auto;html=1;exitX=0;exitY=0.5;exitDx=0;exitDy=0;entryX=0;entryY=0.5;entryDx=0;entryDy=0;" target="jeF9SygaJuo7Izws47aD-18">
+         <mxCell id="siJelJc7L0xHiukvfq5J-34" edge="1" parent="1" source="siJelJc7L0xHiukvfq5J-2" style="edgeStyle=orthogonalEdgeStyle;rounded=0;orthogonalLoop=1;jettySize=auto;html=1;exitX=0;exitY=0.5;exitDx=0;exitDy=0;entryX=0;entryY=0.5;entryDx=0;entryDy=0;" target="siJelJc7L0xHiukvfq5J-26">
          <mxGeometry relative="1" as="geometry" />
        </mxCell>
-         <mxCell id="jeF9SygaJuo7Izws47aD-26" parent="1" style="text;html=1;whiteSpace=wrap;strokeColor=none;fillColor=none;align=center;verticalAlign=middle;rounded=0;" value="1" vertex="1">
-           <mxGeometry height="30" width="60" x="17" y="90" as="geometry" />
+         <mxCell id="siJelJc7L0xHiukvfq5J-35" parent="1" style="text;html=1;whiteSpace=wrap;strokeColor=none;fillColor=none;align=center;verticalAlign=middle;rounded=0;" value="1" vertex="1">
+           <mxGeometry height="30" width="60" x="514" y="608" as="geometry" />
        </mxCell>
-         <mxCell id="jeF9SygaJuo7Izws47aD-27" parent="1" style="text;html=1;whiteSpace=wrap;strokeColor=none;fillColor=none;align=center;verticalAlign=middle;rounded=0;" value="N" vertex="1">
-           <mxGeometry height="30" width="60" x="27" y="1130" as="geometry" />
+         <mxCell id="siJelJc7L0xHiukvfq5J-36" parent="1" style="text;html=1;whiteSpace=wrap;strokeColor=none;fillColor=none;align=center;verticalAlign=middle;rounded=0;" value="N" vertex="1">
+           <mxGeometry height="30" width="60" x="524" y="1648" as="geometry" />
        </mxCell>
-         <mxCell id="jeF9SygaJuo7Izws47aD-28" parent="1" style="text;html=1;whiteSpace=wrap;strokeColor=none;fillColor=none;align=center;verticalAlign=middle;rounded=0;" value="1" vertex="1">
-           <mxGeometry height="30" width="60" x="397" y="70" as="geometry" />
+         <mxCell id="siJelJc7L0xHiukvfq5J-37" parent="1" style="text;html=1;whiteSpace=wrap;strokeColor=none;fillColor=none;align=center;verticalAlign=middle;rounded=0;" value="1" vertex="1">
+           <mxGeometry height="30" width="60" x="894" y="588" as="geometry" />
        </mxCell>
-         <mxCell id="jeF9SygaJuo7Izws47aD-29" parent="1" style="text;html=1;whiteSpace=wrap;strokeColor=none;fillColor=none;align=center;verticalAlign=middle;rounded=0;" value="N" vertex="1">
-           <mxGeometry height="30" width="60" x="530" y="250" as="geometry" />
+         <mxCell id="siJelJc7L0xHiukvfq5J-38" parent="1" style="text;html=1;whiteSpace=wrap;strokeColor=none;fillColor=none;align=center;verticalAlign=middle;rounded=0;" value="N" vertex="1">
+           <mxGeometry height="30" width="60" x="1027" y="768" as="geometry" />
        </mxCell>
-         <mxCell id="jeF9SygaJuo7Izws47aD-30" edge="1" parent="1" source="jeF9SygaJuo7Izws47aD-9" style="edgeStyle=orthogonalEdgeStyle;rounded=0;orthogonalLoop=1;jettySize=auto;html=1;exitX=0.5;exitY=0;exitDx=0;exitDy=0;entryX=-0.012;entryY=0.244;entryDx=0;entryDy=0;entryPerimeter=0;" target="jeF9SygaJuo7Izws47aD-6">
+         <mxCell id="siJelJc7L0xHiukvfq5J-39" edge="1" parent="1" source="siJelJc7L0xHiukvfq5J-13" style="edgeStyle=orthogonalEdgeStyle;rounded=0;orthogonalLoop=1;jettySize=auto;html=1;exitX=0.5;exitY=0;exitDx=0;exitDy=0;entryX=-0.012;entryY=0.244;entryDx=0;entryDy=0;entryPerimeter=0;" target="siJelJc7L0xHiukvfq5J-8">
          <mxGeometry relative="1" as="geometry" />
        </mxCell>
-         <mxCell id="jeF9SygaJuo7Izws47aD-31" parent="1" style="text;html=1;whiteSpace=wrap;strokeColor=none;fillColor=none;align=center;verticalAlign=middle;rounded=0;" value="1" vertex="1">
-           <mxGeometry height="30" width="60" x="320" y="390" as="geometry" />
+         <mxCell id="siJelJc7L0xHiukvfq5J-40" parent="1" style="text;html=1;whiteSpace=wrap;strokeColor=none;fillColor=none;align=center;verticalAlign=middle;rounded=0;" value="1" vertex="1">
+           <mxGeometry height="30" width="60" x="817" y="908" as="geometry" />
        </mxCell>
-         <mxCell id="jeF9SygaJuo7Izws47aD-32" parent="1" style="text;html=1;whiteSpace=wrap;strokeColor=none;fillColor=none;align=center;verticalAlign=middle;rounded=0;" value="N" vertex="1">
-           <mxGeometry height="30" width="60" x="407" y="330" as="geometry" />
+         <mxCell id="siJelJc7L0xHiukvfq5J-41" parent="1" style="text;html=1;whiteSpace=wrap;strokeColor=none;fillColor=none;align=center;verticalAlign=middle;rounded=0;" value="N" vertex="1">
+           <mxGeometry height="30" width="60" x="904" y="848" as="geometry" />
        </mxCell>
-         <mxCell id="jeF9SygaJuo7Izws47aD-33" edge="1" parent="1" style="edgeStyle=orthogonalEdgeStyle;rounded=0;orthogonalLoop=1;jettySize=auto;html=1;exitX=0;exitY=0.5;exitDx=0;exitDy=0;entryX=0.5;entryY=0;entryDx=0;entryDy=0;" target="jeF9SygaJuo7Izws47aD-5">
+         <mxCell id="siJelJc7L0xHiukvfq5J-42" edge="1" parent="1" style="edgeStyle=orthogonalEdgeStyle;rounded=0;orthogonalLoop=1;jettySize=auto;html=1;exitX=0;exitY=0.5;exitDx=0;exitDy=0;entryX=0.5;entryY=0;entryDx=0;entryDy=0;" target="siJelJc7L0xHiukvfq5J-7">
          <mxGeometry relative="1" as="geometry">
            <Array as="points">
-               <mxPoint x="437" y="70" />
-               <mxPoint x="437" y="250" />
-               <mxPoint x="547" y="250" />
+               <mxPoint x="934" y="588" />
+               <mxPoint x="934" y="768" />
+               <mxPoint x="1044" y="768" />
            </Array>
-             <mxPoint x="457" y="70" as="sourcePoint" />
-             <mxPoint x="547" y="365" as="targetPoint" />
+             <mxPoint x="954" y="588" as="sourcePoint" />
+             <mxPoint x="1044" y="883" as="targetPoint" />
          </mxGeometry>
        </mxCell>
-         <mxCell id="jeF9SygaJuo7Izws47aD-34" edge="1" parent="1" source="jeF9SygaJuo7Izws47aD-4" style="edgeStyle=orthogonalEdgeStyle;rounded=0;orthogonalLoop=1;jettySize=auto;html=1;exitX=1;exitY=0.5;exitDx=0;exitDy=0;entryX=0.5;entryY=0;entryDx=0;entryDy=0;" target="jeF9SygaJuo7Izws47aD-7">
+         <mxCell id="siJelJc7L0xHiukvfq5J-43" edge="1" parent="1" source="siJelJc7L0xHiukvfq5J-5" style="edgeStyle=orthogonalEdgeStyle;rounded=0;orthogonalLoop=1;jettySize=auto;html=1;exitX=1;exitY=0.5;exitDx=0;exitDy=0;entryX=0.5;entryY=0;entryDx=0;entryDy=0;" target="siJelJc7L0xHiukvfq5J-10">
          <mxGeometry relative="1" as="geometry" />
        </mxCell>
-         <mxCell id="jeF9SygaJuo7Izws47aD-35" parent="1" style="text;html=1;whiteSpace=wrap;strokeColor=none;fillColor=none;align=center;verticalAlign=middle;rounded=0;" value="1" vertex="1">
-           <mxGeometry height="30" width="60" x="607" y="105" as="geometry" />
+         <mxCell id="siJelJc7L0xHiukvfq5J-44" parent="1" style="text;html=1;whiteSpace=wrap;strokeColor=none;fillColor=none;align=center;verticalAlign=middle;rounded=0;" value="1" vertex="1">
+           <mxGeometry height="30" width="60" x="1104" y="623" as="geometry" />
        </mxCell>
-         <mxCell id="jeF9SygaJuo7Izws47aD-36" parent="1" style="text;html=1;whiteSpace=wrap;strokeColor=none;fillColor=none;align=center;verticalAlign=middle;rounded=0;" value="1" vertex="1">
-           <mxGeometry height="30" width="60" x="750" y="240" as="geometry" />
+         <mxCell id="siJelJc7L0xHiukvfq5J-45" parent="1" style="text;html=1;whiteSpace=wrap;strokeColor=none;fillColor=none;align=center;verticalAlign=middle;rounded=0;" value="1" vertex="1">
+           <mxGeometry height="30" width="60" x="1247" y="758" as="geometry" />
        </mxCell>
-         <mxCell id="jeF9SygaJuo7Izws47aD-37" edge="1" parent="1" source="jeF9SygaJuo7Izws47aD-10" style="edgeStyle=orthogonalEdgeStyle;rounded=0;orthogonalLoop=1;jettySize=auto;html=1;exitX=0;exitY=0.5;exitDx=0;exitDy=0;entryX=0;entryY=0.5;entryDx=0;entryDy=0;" target="jeF9SygaJuo7Izws47aD-14">
+         <mxCell id="siJelJc7L0xHiukvfq5J-46" edge="1" parent="1" source="siJelJc7L0xHiukvfq5J-14" style="edgeStyle=orthogonalEdgeStyle;rounded=0;orthogonalLoop=1;jettySize=auto;html=1;exitX=0;exitY=0.5;exitDx=0;exitDy=0;entryX=0;entryY=0.5;entryDx=0;entryDy=0;" target="siJelJc7L0xHiukvfq5J-20">
          <mxGeometry relative="1" as="geometry" />
        </mxCell>
-         <mxCell id="jeF9SygaJuo7Izws47aD-38" parent="1" style="text;html=1;whiteSpace=wrap;strokeColor=none;fillColor=none;align=center;verticalAlign=middle;rounded=0;" value="1" vertex="1">
-           <mxGeometry height="30" width="60" x="212" y="480" as="geometry" />
+         <mxCell id="siJelJc7L0xHiukvfq5J-47" parent="1" style="text;html=1;whiteSpace=wrap;strokeColor=none;fillColor=none;align=center;verticalAlign=middle;rounded=0;" value="1" vertex="1">
+           <mxGeometry height="30" width="60" x="709" y="998" as="geometry" />
        </mxCell>
-         <mxCell id="jeF9SygaJuo7Izws47aD-39" parent="1" style="text;html=1;whiteSpace=wrap;strokeColor=none;fillColor=none;align=center;verticalAlign=middle;rounded=0;" value="N" vertex="1">
-           <mxGeometry height="30" width="60" x="207" y="840" as="geometry" />
+         <mxCell id="siJelJc7L0xHiukvfq5J-48" parent="1" style="text;html=1;whiteSpace=wrap;strokeColor=none;fillColor=none;align=center;verticalAlign=middle;rounded=0;" value="N" vertex="1">
+           <mxGeometry height="30" width="60" x="704" y="1358" as="geometry" />
        </mxCell>
-         <mxCell id="jeF9SygaJuo7Izws47aD-40" edge="1" parent="1" source="jeF9SygaJuo7Izws47aD-12" style="edgeStyle=orthogonalEdgeStyle;rounded=0;orthogonalLoop=1;jettySize=auto;html=1;exitX=1;exitY=0.5;exitDx=0;exitDy=0;entryX=1;entryY=0.5;entryDx=0;entryDy=0;" target="jeF9SygaJuo7Izws47aD-14">
+         <mxCell id="siJelJc7L0xHiukvfq5J-49" edge="1" parent="1" source="siJelJc7L0xHiukvfq5J-17" style="edgeStyle=orthogonalEdgeStyle;rounded=0;orthogonalLoop=1;jettySize=auto;html=1;exitX=1;exitY=0.5;exitDx=0;exitDy=0;entryX=1;entryY=0.5;entryDx=0;entryDy=0;" target="siJelJc7L0xHiukvfq5J-20">
          <mxGeometry relative="1" as="geometry" />
        </mxCell>
-         <mxCell id="jeF9SygaJuo7Izws47aD-41" parent="1" style="text;html=1;whiteSpace=wrap;strokeColor=none;fillColor=none;align=center;verticalAlign=middle;rounded=0;" value="1" vertex="1">
-           <mxGeometry height="30" width="60" x="517" y="680" as="geometry" />
+         <mxCell id="siJelJc7L0xHiukvfq5J-50" parent="1" style="text;html=1;whiteSpace=wrap;strokeColor=none;fillColor=none;align=center;verticalAlign=middle;rounded=0;" value="1" vertex="1">
+           <mxGeometry height="30" width="60" x="1014" y="1198" as="geometry" />
        </mxCell>
-         <mxCell id="jeF9SygaJuo7Izws47aD-42" parent="1" style="text;html=1;whiteSpace=wrap;strokeColor=none;fillColor=none;align=center;verticalAlign=middle;rounded=0;" value="N" vertex="1">
-           <mxGeometry height="30" width="60" x="421" y="865" as="geometry" />
+         <mxCell id="siJelJc7L0xHiukvfq5J-51" parent="1" style="text;html=1;whiteSpace=wrap;strokeColor=none;fillColor=none;align=center;verticalAlign=middle;rounded=0;" value="N" vertex="1">
+           <mxGeometry height="30" width="60" x="918" y="1383" as="geometry" />
        </mxCell>
-         <mxCell id="jeF9SygaJuo7Izws47aD-43" edge="1" parent="1" source="jeF9SygaJuo7Izws47aD-12" style="edgeStyle=orthogonalEdgeStyle;rounded=0;orthogonalLoop=1;jettySize=auto;html=1;exitX=0;exitY=0.5;exitDx=0;exitDy=0;entryX=0.411;entryY=0.988;entryDx=0;entryDy=0;entryPerimeter=0;" target="jeF9SygaJuo7Izws47aD-50">
+         <mxCell id="siJelJc7L0xHiukvfq5J-52" edge="1" parent="1" source="siJelJc7L0xHiukvfq5J-17" style="edgeStyle=orthogonalEdgeStyle;rounded=0;orthogonalLoop=1;jettySize=auto;html=1;exitX=0;exitY=0.5;exitDx=0;exitDy=0;entryX=0.411;entryY=0.988;entryDx=0;entryDy=0;entryPerimeter=0;" target="siJelJc7L0xHiukvfq5J-15">
          <mxGeometry relative="1" as="geometry">
-             <mxPoint x="330" y="580" as="targetPoint" />
+             <mxPoint x="827" y="1098" as="targetPoint" />
          </mxGeometry>
        </mxCell>
-         <mxCell id="jeF9SygaJuo7Izws47aD-44" parent="1" style="text;html=1;whiteSpace=wrap;strokeColor=none;fillColor=none;align=center;verticalAlign=middle;rounded=0;" value="1" vertex="1">
-           <mxGeometry height="30" width="60" x="320" y="680" as="geometry" />
+         <mxCell id="siJelJc7L0xHiukvfq5J-53" parent="1" style="text;html=1;whiteSpace=wrap;strokeColor=none;fillColor=none;align=center;verticalAlign=middle;rounded=0;" value="1" vertex="1">
+           <mxGeometry height="30" width="60" x="817" y="1198" as="geometry" />
        </mxCell>
-         <mxCell id="jeF9SygaJuo7Izws47aD-45" parent="1" style="text;html=1;whiteSpace=wrap;strokeColor=none;fillColor=none;align=center;verticalAlign=middle;rounded=0;" value="N" vertex="1">
-           <mxGeometry height="30" width="60" x="312" y="570" as="geometry" />
+         <mxCell id="siJelJc7L0xHiukvfq5J-54" parent="1" style="text;html=1;whiteSpace=wrap;strokeColor=none;fillColor=none;align=center;verticalAlign=middle;rounded=0;" value="N" vertex="1">
+           <mxGeometry height="30" width="60" x="809" y="1088" as="geometry" />
        </mxCell>
      </root>
    </mxGraphModel>
  </diagram>
</mxfile>
